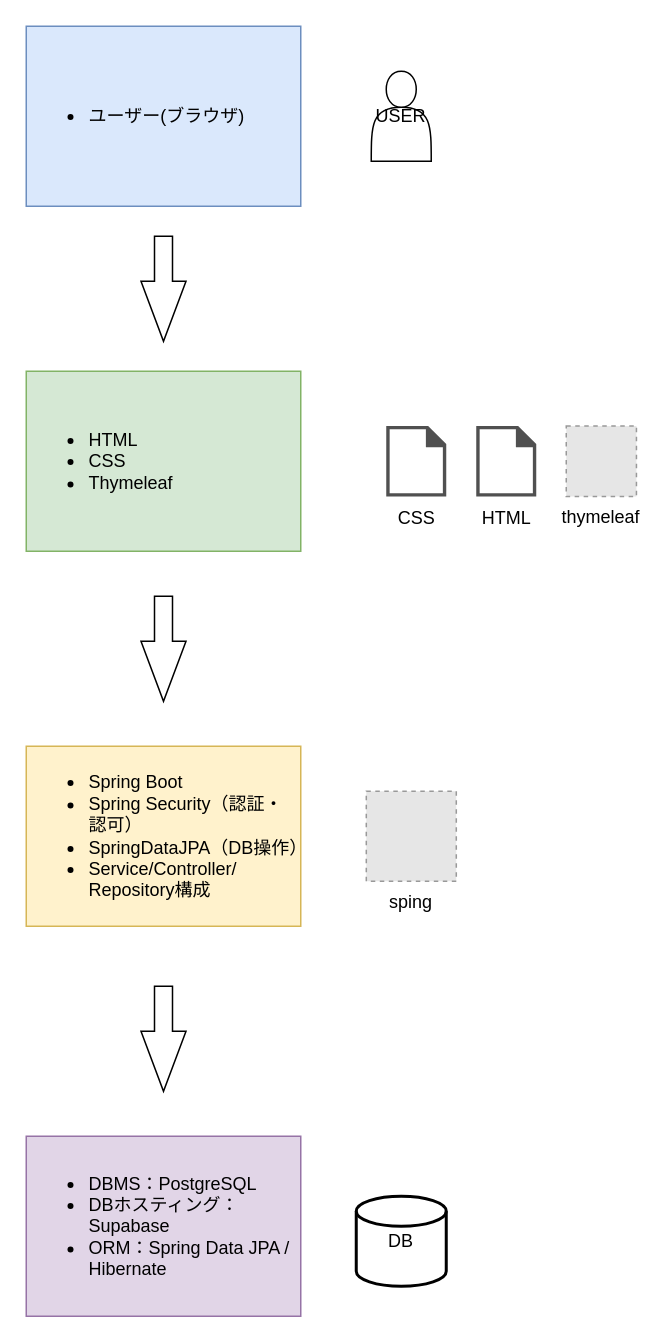
The draw.io diagram page "ページ1" (1 of 2) of InfrastructureArchitecture.drawio in Strawberry0121/EC-SITE, before the edit. Source tidied: cells renumbered, new cells numbered last; positions are measured from the earlier drawing's top-left corner, leaving out a move shared by most shapes. Both pictures are drawn from the tidied source at 150%, with x=0, y=0 at pixel (26, 26). Pictures stored in the file or linked from it are replaced by grey dashed boxes.
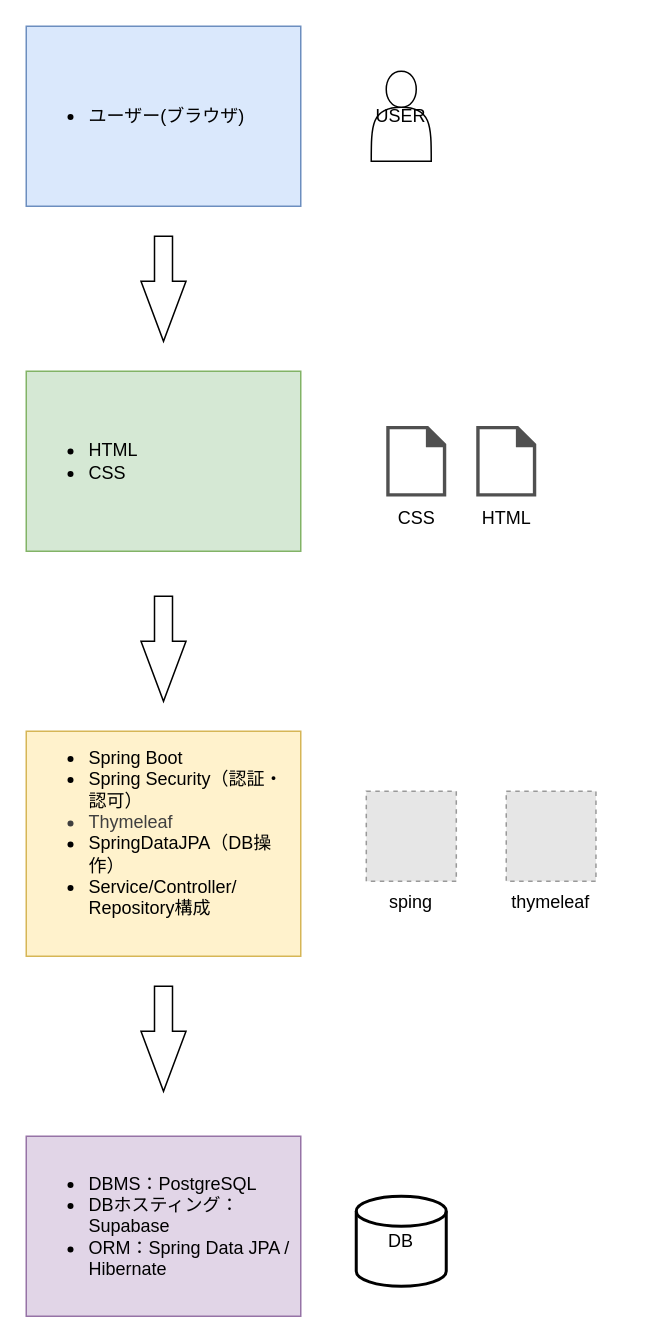
The same diagram, later.

Change to the diagram source:
```diff
@@
 <mxGraphModel>
   <root>
     <mxCell id="0" />
     <mxCell id="1" parent="0" />
     <mxCell id="2" value="&lt;ul&gt;&lt;li style=&quot;&quot;&gt;ユーザー(ブラウザ)&lt;/li&gt;&lt;/ul&gt;" style="rounded=0;whiteSpace=wrap;html=1;fillColor=#dae8fc;strokeColor=#6c8ebf;align=left;" parent="1" vertex="1">
       <mxGeometry width="183" height="120" as="geometry" />
     </mxCell>
     <mxCell id="3" style="html=1;shadow=0;dashed=0;align=center;verticalAlign=middle;shape=mxgraph.arrows2.arrow;dy=0.6;dx=40;direction=south;notch=0;" parent="1" vertex="1">
       <mxGeometry x="76.5" y="140" width="30" height="70" as="geometry" />
     </mxCell>
-    <mxCell id="4" value="&lt;ul&gt;&lt;li style=&quot;&quot;&gt;HTML&lt;/li&gt;&lt;li style=&quot;&quot;&gt;CSS&lt;/li&gt;&lt;li style=&quot;&quot;&gt;Thymeleaf&lt;/li&gt;&lt;/ul&gt;" style="rounded=0;whiteSpace=wrap;html=1;fillColor=#d5e8d4;strokeColor=#82b366;align=left;" parent="1" vertex="1">
+    <mxCell id="4" value="&lt;ul&gt;&lt;li style=&quot;&quot;&gt;HTML&lt;/li&gt;&lt;li style=&quot;&quot;&gt;CSS&lt;/li&gt;&lt;/ul&gt;" style="rounded=0;whiteSpace=wrap;html=1;fillColor=#d5e8d4;strokeColor=#82b366;align=left;" parent="1" vertex="1">
       <mxGeometry y="230" width="183" height="120" as="geometry" />
     </mxCell>
     <mxCell id="5" style="html=1;shadow=0;dashed=0;align=center;verticalAlign=middle;shape=mxgraph.arrows2.arrow;dy=0.6;dx=40;direction=south;notch=0;" parent="1" vertex="1">
       <mxGeometry x="76.5" y="380" width="30" height="70" as="geometry" />
     </mxCell>
-    <mxCell id="6" value="&lt;ul&gt;&lt;li style=&quot;&quot;&gt;Spring Boot&lt;/li&gt;&lt;li style=&quot;&quot;&gt;Spring Security（認証・認可）&lt;/li&gt;&lt;li style=&quot;&quot;&gt;SpringDataJPA（DB操作）&lt;/li&gt;&lt;li style=&quot;&quot;&gt;Service/Controller/ Repository構成&lt;/li&gt;&lt;/ul&gt;" style="rounded=0;whiteSpace=wrap;html=1;fillColor=#fff2cc;strokeColor=#d6b656;align=left;" parent="1" vertex="1">
-      <mxGeometry y="480" width="183" height="120" as="geometry" />
+    <mxCell id="6" value="&lt;ul&gt;&lt;li style=&quot;&quot;&gt;Spring Boot&lt;/li&gt;&lt;li style=&quot;&quot;&gt;Spring Security（認証・認可）&lt;/li&gt;&lt;li style=&quot;color: rgb(63, 63, 63); scrollbar-color: rgb(226, 226, 226) rgb(251, 251, 251);&quot;&gt;Thymeleaf&lt;/li&gt;&lt;li style=&quot;&quot;&gt;SpringDataJPA（DB操作）&lt;br&gt;&lt;/li&gt;&lt;li style=&quot;&quot;&gt;Service/Controller/ Repository構成&lt;br&gt;&lt;br&gt;&lt;/li&gt;&lt;/ul&gt;" style="rounded=0;whiteSpace=wrap;html=1;fillColor=#fff2cc;strokeColor=#d6b656;align=left;" parent="1" vertex="1">
+      <mxGeometry y="470" width="183" height="150" as="geometry" />
     </mxCell>
     <mxCell id="7" style="html=1;shadow=0;dashed=0;align=center;verticalAlign=middle;shape=mxgraph.arrows2.arrow;dy=0.6;dx=40;direction=south;notch=0;" parent="1" vertex="1">
       <mxGeometry x="76.5" y="640" width="30" height="70" as="geometry" />
     </mxCell>
     <mxCell id="8" value="&lt;ul&gt;&lt;li style=&quot;&quot;&gt;DBMS：PostgreSQL&lt;/li&gt;&lt;li style=&quot;&quot;&gt;DBホスティング：Supabase&lt;/li&gt;&lt;li style=&quot;&quot;&gt;ORM：Spring Data JPA / Hibernate&lt;/li&gt;&lt;/ul&gt;" style="rounded=0;whiteSpace=wrap;html=1;fillColor=#e1d5e7;strokeColor=#9673a6;align=left;" parent="1" vertex="1">
       <mxGeometry y="740" width="183" height="120" as="geometry" />
     </mxCell>
     <mxCell id="9" value="DB" style="strokeWidth=2;html=1;shape=mxgraph.flowchart.database;whiteSpace=wrap;" parent="1" vertex="1">
       <mxGeometry x="220" y="780" width="60" height="60" as="geometry" />
     </mxCell>
     <mxCell id="10" value="CSS" style="sketch=0;shadow=0;dashed=0;html=1;strokeColor=none;fillColor=#505050;labelPosition=center;verticalLabelPosition=bottom;verticalAlign=top;align=center;shape=mxgraph.office.concepts.document_blank;" parent="1" vertex="1">
       <mxGeometry x="240" y="266.5" width="40" height="47" as="geometry" />
     </mxCell>
     <mxCell id="11" value="HTML" style="sketch=0;shadow=0;dashed=0;html=1;strokeColor=none;fillColor=#505050;labelPosition=center;verticalLabelPosition=bottom;verticalAlign=top;align=center;shape=mxgraph.office.concepts.document_blank;" parent="1" vertex="1">
       <mxGeometry x="300" y="266.5" width="40" height="47" as="geometry" />
     </mxCell>
     <mxCell id="12" value="USER" style="shape=actor;whiteSpace=wrap;html=1;" parent="1" vertex="1">
       <mxGeometry x="230" y="30" width="40" height="60" as="geometry" />
     </mxCell>
     <mxCell id="13" value="thymeleaf" style="fillColor=#E6E6E6;strokeColor=#999999;dashed=1;verticalLabelPosition=bottom;labelBackgroundColor=default;verticalAlign=top;" parent="1" vertex="1">
-      <mxGeometry x="360" y="266.5" width="46.8" height="47" as="geometry" />
+      <mxGeometry x="320" y="510" width="59.8" height="60" as="geometry" />
     </mxCell>
     <mxCell id="14" value="sping" style="fillColor=#E6E6E6;strokeColor=#999999;dashed=1;verticalLabelPosition=bottom;labelBackgroundColor=default;verticalAlign=top;" parent="1" vertex="1">
       <mxGeometry x="226.7" y="510" width="60" height="60" as="geometry" />
     </mxCell>
   </root>
 </mxGraphModel>
```
